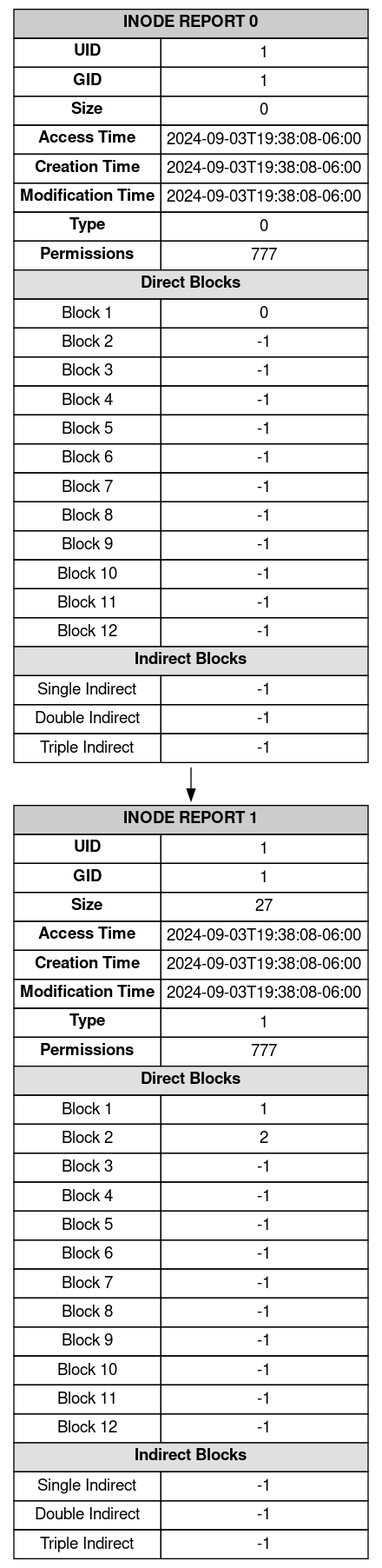
JoseLorenzana272/Disk-Creator-Simulation keeps this Graphviz diagram as r_outputs/bm_inode_report.png. Above is the earlier version. Its source is kept beside it as r_outputs/bm_inode_report.dot. Source of this version:
```dot
digraph InodeReport {
		rankdir=TB;
		node [shape=none, fontname="Helvetica, Arial, sans-serif"];
		graph [splines=true, nodesep=0.5, ranksep=0.4];
		edge [color=black, arrowhead=normal];
	inode0 [label=<
			<table border="0" cellborder="1" cellspacing="0" cellpadding="4">
				<tr><td colspan="2" bgcolor="#CCCCCC"><b>INODE REPORT 0</b></td></tr>
				<tr><td><b>UID</b></td><td>1</td></tr>
				<tr><td><b>GID</b></td><td>1</td></tr>
				<tr><td><b>Size</b></td><td>0</td></tr>
				<tr><td><b>Access Time</b></td><td>2024-09-03T19:38:08-06:00</td></tr>
				<tr><td><b>Creation Time</b></td><td>2024-09-03T19:38:08-06:00</td></tr>
				<tr><td><b>Modification Time</b></td><td>2024-09-03T19:38:08-06:00</td></tr>
				<tr><td><b>Type</b></td><td>0</td></tr>
				<tr><td><b>Permissions</b></td><td>777</td></tr>
				<tr><td colspan="2" bgcolor="#E0E0E0"><b>Direct Blocks</b></td></tr>
		<tr><td>Block 1</td><td>0</td></tr><tr><td>Block 2</td><td>-1</td></tr><tr><td>Block 3</td><td>-1</td></tr><tr><td>Block 4</td><td>-1</td></tr><tr><td>Block 5</td><td>-1</td></tr><tr><td>Block 6</td><td>-1</td></tr><tr><td>Block 7</td><td>-1</td></tr><tr><td>Block 8</td><td>-1</td></tr><tr><td>Block 9</td><td>-1</td></tr><tr><td>Block 10</td><td>-1</td></tr><tr><td>Block 11</td><td>-1</td></tr><tr><td>Block 12</td><td>-1</td></tr>
			<tr><td colspan="2" bgcolor="#E0E0E0"><b>Indirect Blocks</b></td></tr>
			<tr><td>Single Indirect</td><td>-1</td></tr>
			<tr><td>Double Indirect</td><td>-1</td></tr>
			<tr><td>Triple Indirect</td><td>-1</td></tr>
			</table>>];
		inode0 -> inode1;
inode1 [label=<
			<table border="0" cellborder="1" cellspacing="0" cellpadding="4">
				<tr><td colspan="2" bgcolor="#CCCCCC"><b>INODE REPORT 1</b></td></tr>
				<tr><td><b>UID</b></td><td>1</td></tr>
				<tr><td><b>GID</b></td><td>1</td></tr>
				<tr><td><b>Size</b></td><td>27</td></tr>
				<tr><td><b>Access Time</b></td><td>2024-09-03T19:38:08-06:00</td></tr>
				<tr><td><b>Creation Time</b></td><td>2024-09-03T19:38:08-06:00</td></tr>
				<tr><td><b>Modification Time</b></td><td>2024-09-03T19:38:08-06:00</td></tr>
				<tr><td><b>Type</b></td><td>1</td></tr>
				<tr><td><b>Permissions</b></td><td>777</td></tr>
				<tr><td colspan="2" bgcolor="#E0E0E0"><b>Direct Blocks</b></td></tr>
		<tr><td>Block 1</td><td>1</td></tr><tr><td>Block 2</td><td>2</td></tr><tr><td>Block 3</td><td>-1</td></tr><tr><td>Block 4</td><td>-1</td></tr><tr><td>Block 5</td><td>-1</td></tr><tr><td>Block 6</td><td>-1</td></tr><tr><td>Block 7</td><td>-1</td></tr><tr><td>Block 8</td><td>-1</td></tr><tr><td>Block 9</td><td>-1</td></tr><tr><td>Block 10</td><td>-1</td></tr><tr><td>Block 11</td><td>-1</td></tr><tr><td>Block 12</td><td>-1</td></tr>
			<tr><td colspan="2" bgcolor="#E0E0E0"><b>Indirect Blocks</b></td></tr>
			<tr><td>Single Indirect</td><td>-1</td></tr>
			<tr><td>Double Indirect</td><td>-1</td></tr>
			<tr><td>Triple Indirect</td><td>-1</td></tr>
			</table>>];
		}
```
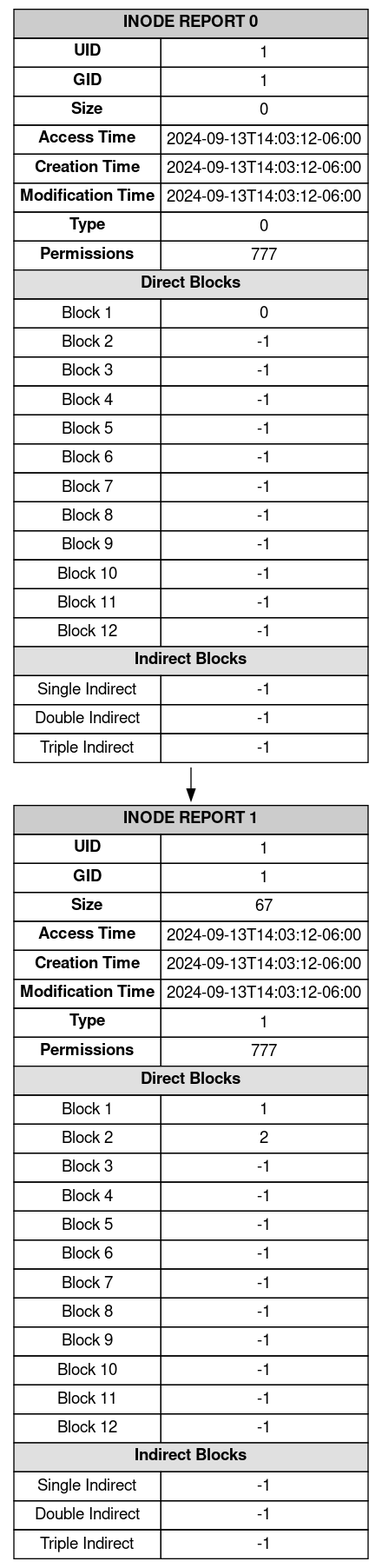
After the change.

Change to the diagram source:
```diff
@@ -9,9 +9,9 @@
 				<tr><td><b>UID</b></td><td>1</td></tr>
 				<tr><td><b>GID</b></td><td>1</td></tr>
 				<tr><td><b>Size</b></td><td>0</td></tr>
-				<tr><td><b>Access Time</b></td><td>2024-09-03T19:38:08-06:00</td></tr>
-				<tr><td><b>Creation Time</b></td><td>2024-09-03T19:38:08-06:00</td></tr>
-				<tr><td><b>Modification Time</b></td><td>2024-09-03T19:38:08-06:00</td></tr>
+				<tr><td><b>Access Time</b></td><td>2024-09-13T14:03:12-06:00</td></tr>
+				<tr><td><b>Creation Time</b></td><td>2024-09-13T14:03:12-06:00</td></tr>
+				<tr><td><b>Modification Time</b></td><td>2024-09-13T14:03:12-06:00</td></tr>
 				<tr><td><b>Type</b></td><td>0</td></tr>
 				<tr><td><b>Permissions</b></td><td>777</td></tr>
 				<tr><td colspan="2" bgcolor="#E0E0E0"><b>Direct Blocks</b></td></tr>
@@ -27,10 +27,10 @@
 				<tr><td colspan="2" bgcolor="#CCCCCC"><b>INODE REPORT 1</b></td></tr>
 				<tr><td><b>UID</b></td><td>1</td></tr>
 				<tr><td><b>GID</b></td><td>1</td></tr>
-				<tr><td><b>Size</b></td><td>27</td></tr>
-				<tr><td><b>Access Time</b></td><td>2024-09-03T19:38:08-06:00</td></tr>
-				<tr><td><b>Creation Time</b></td><td>2024-09-03T19:38:08-06:00</td></tr>
-				<tr><td><b>Modification Time</b></td><td>2024-09-03T19:38:08-06:00</td></tr>
+				<tr><td><b>Size</b></td><td>67</td></tr>
+				<tr><td><b>Access Time</b></td><td>2024-09-13T14:03:12-06:00</td></tr>
+				<tr><td><b>Creation Time</b></td><td>2024-09-13T14:03:12-06:00</td></tr>
+				<tr><td><b>Modification Time</b></td><td>2024-09-13T14:03:12-06:00</td></tr>
 				<tr><td><b>Type</b></td><td>1</td></tr>
 				<tr><td><b>Permissions</b></td><td>777</td></tr>
 				<tr><td colspan="2" bgcolor="#E0E0E0"><b>Direct Blocks</b></td></tr>
```
